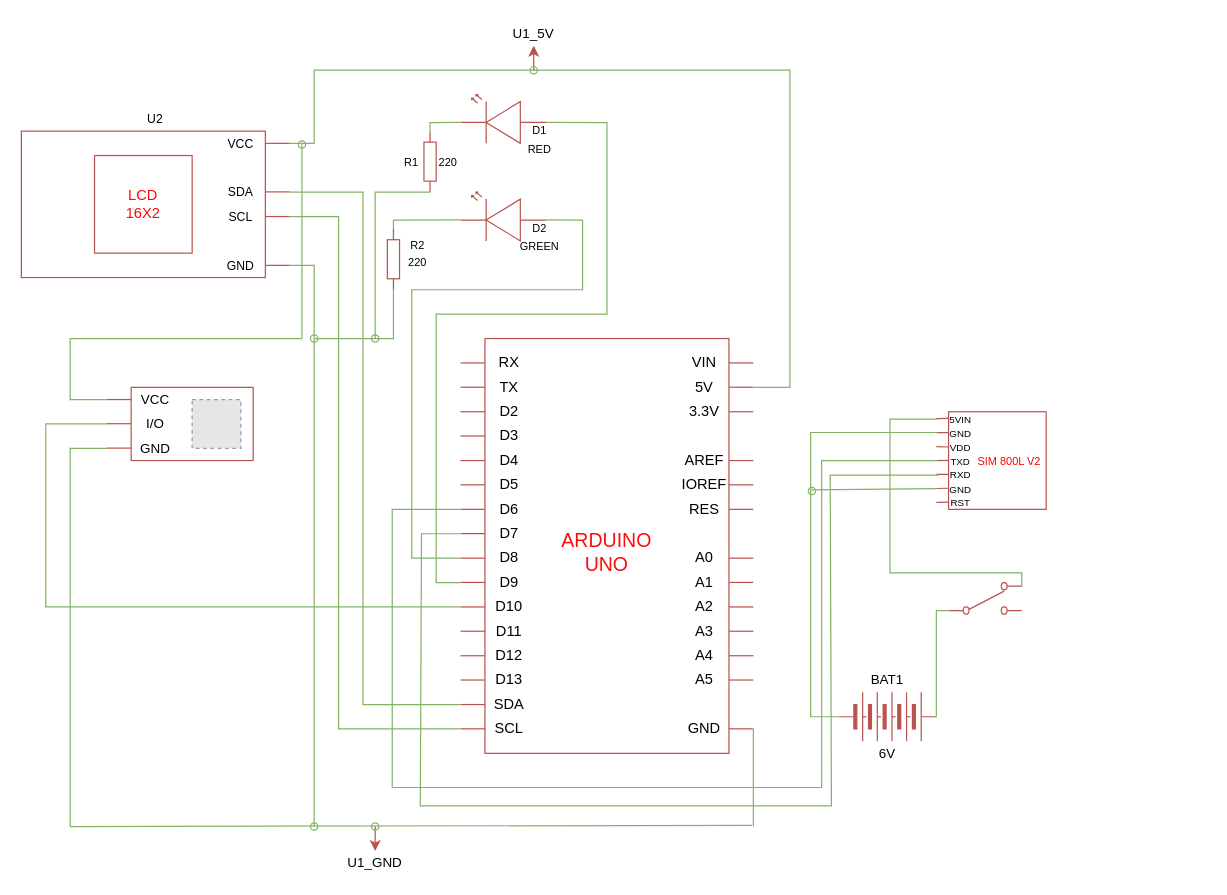
Earlier version of the draw.io diagram DrawIO/Schematic Diagram Des Opt 2 and 3.drawio (russellcaragay/PD-Files). Source tidied: cells renumbered, new cells numbered last; positions are measured from the earlier drawing's top-left corner, leaving out a move shared by most shapes. Both pictures are drawn from the tidied source at 122%, with x=0, y=0 at pixel (21, 21). Pictures stored in the file or linked from it are replaced by grey dashed boxes.
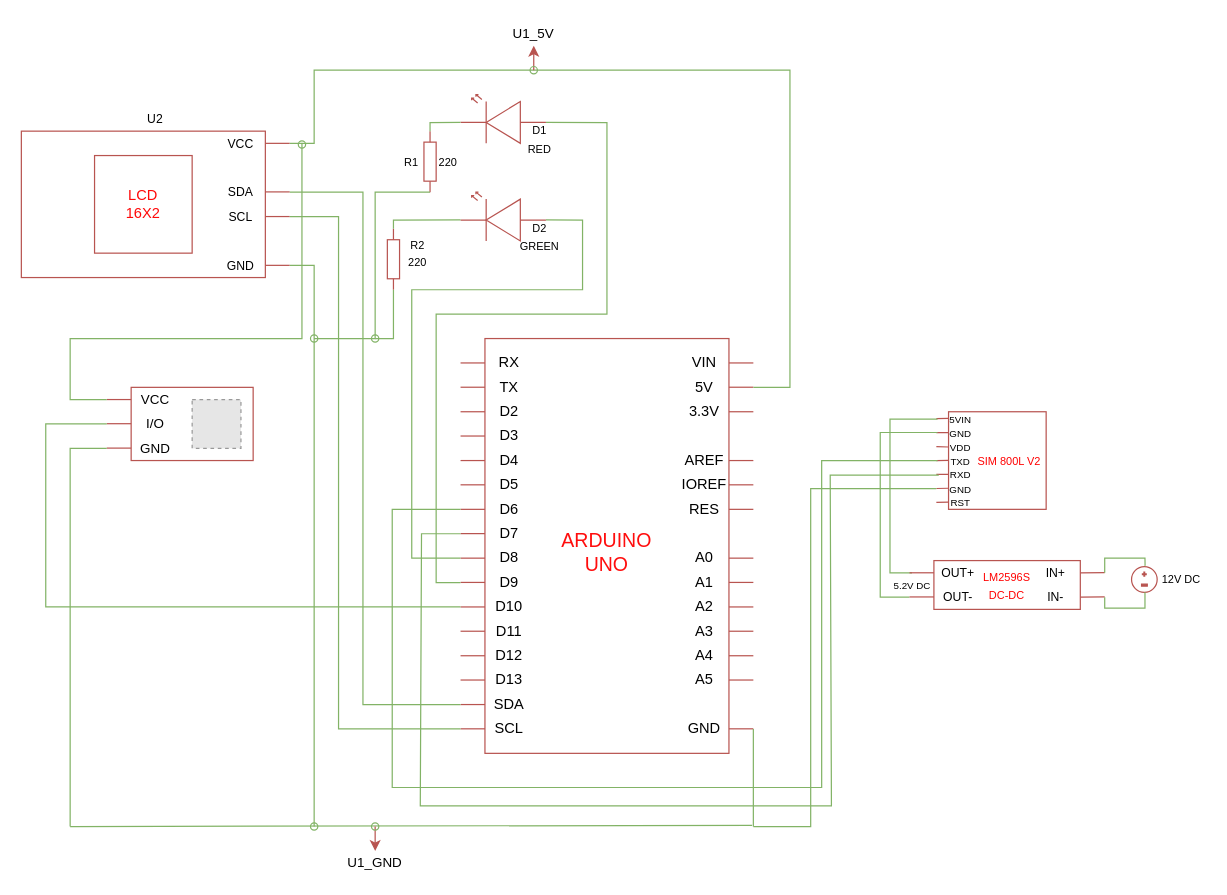
The same diagram, later.

What changed in the source:
```diff
@@
+    <mxCell id="148" style="rounded=0;whiteSpace=wrap;html=1;strokeColor=#b85450;fillColor=none;" parent="1" vertex="1">
+      <mxGeometry x="748" y="442" width="120" height="40" as="geometry" />
+    </mxCell>
@@
-    <mxCell id="89" style="group;rotation=0;" parent="1" vertex="1">
-      <mxGeometry x="670" y="530" width="80" height="80" as="geometry" />
-    </mxCell>
-    <mxCell id="90" style="verticalLabelPosition=bottom;shadow=0;dashed=0;align=center;html=1;verticalAlign=top;shape=mxgraph.electrical.miscellaneous.batteryStack;fillColor=#f8cecc;fontSize=11;strokeColor=#b85450;rotation=0;" parent="89" vertex="1">
-      <mxGeometry y="20" width="80" height="40" as="geometry" />
-    </mxCell>
-    <mxCell id="91" value="BAT1" style="text;html=1;strokeColor=none;fillColor=none;align=center;verticalAlign=middle;whiteSpace=wrap;rounded=0;fontSize=11;rotation=0;" parent="89" vertex="1">
-      <mxGeometry x="20" width="40" height="20" as="geometry" />
-    </mxCell>
-    <mxCell id="92" value="6V" style="text;html=1;strokeColor=none;fillColor=none;align=center;verticalAlign=middle;whiteSpace=wrap;rounded=0;fontSize=11;rotation=0;" parent="89" vertex="1">
-      <mxGeometry x="20" y="60" width="40" height="20" as="geometry" />
-    </mxCell>
-    <mxCell id="93" style="verticalLabelPosition=bottom;shadow=0;dashed=0;align=center;html=1;verticalAlign=top;shape=mxgraph.electrical.electro-mechanical.2-way_switch;fontSize=11;strokeColor=#b85450;fillColor=none;" parent="1" vertex="1">
-      <mxGeometry x="760" y="460" width="60" height="26" as="geometry" />
-    </mxCell>
@@
-    <mxCell id="135" style="endArrow=none;html=1;fontSize=11;exitX=0;exitY=0.5;exitDx=0;exitDy=0;rounded=0;fillColor=#d5e8d4;strokeColor=#82b366;" parent="1" edge="1" source="90">
+    <mxCell id="135" style="endArrow=none;html=1;fontSize=11;rounded=0;fillColor=#d5e8d4;strokeColor=#82b366;" parent="1" edge="1">
       <mxGeometry relative="1" as="geometry">
+        <mxPoint x="600" y="660" as="sourcePoint" />
         <mxPoint x="750" y="383" as="targetPoint" />
         <Array as="points">
-          <mxPoint x="647" y="570" />
-          <mxPoint x="647" y="384" />
+          <mxPoint x="647" y="660" />
+          <mxPoint x="647" y="383" />
         </Array>
       </mxGeometry>
     </mxCell>
     <mxCell id="136" style="endArrow=none;html=1;fontSize=11;rounded=0;fillColor=#d5e8d4;strokeColor=#82b366;" parent="1" edge="1">
       <mxGeometry relative="1" as="geometry">
-        <mxPoint x="647" y="384" as="sourcePoint" />
+        <mxPoint x="728" y="472" as="sourcePoint" />
         <mxPoint x="751" y="337" as="targetPoint" />
         <Array as="points">
-          <mxPoint x="647" y="337" />
+          <mxPoint x="704" y="472" />
+          <mxPoint x="704" y="337" />
         </Array>
       </mxGeometry>
     </mxCell>
-    <mxCell id="137" style="ellipse;whiteSpace=wrap;html=1;fontSize=11;align=center;strokeColor=#82b366;fillColor=none;" parent="1" vertex="1">
-      <mxGeometry x="645" y="382" width="6" height="6" as="geometry" />
-    </mxCell>
-    <mxCell id="138" style="endArrow=none;html=1;fontSize=11;entryX=0;entryY=0.885;entryDx=0;entryDy=0;entryPerimeter=0;exitX=1;exitY=0.5;exitDx=0;exitDy=0;rounded=0;fillColor=#d5e8d4;strokeColor=#82b366;" parent="1" edge="1" source="90" target="93">
-      <mxGeometry relative="1" as="geometry">
-        <Array as="points">
-          <mxPoint x="750" y="483" />
-        </Array>
-      </mxGeometry>
-    </mxCell>
     <mxCell id="139" style="endArrow=none;html=1;fontSize=11;rounded=0;fillColor=#d5e8d4;strokeColor=#82b366;" parent="1" edge="1">
       <mxGeometry relative="1" as="geometry">
-        <mxPoint x="820" y="463" as="sourcePoint" />
+        <mxPoint x="712" y="452" as="sourcePoint" />
         <mxPoint x="751" y="326" as="targetPoint" />
         <Array as="points">
-          <mxPoint x="820" y="452" />
+          <mxPoint x="730" y="452" />
           <mxPoint x="712" y="452" />
           <mxPoint x="712" y="326" />
         </Array>
       </mxGeometry>
     </mxCell>
@@
+    <mxCell id="149" value="&lt;font style=&quot;font-size: 10px&quot;&gt;OUT+&lt;/font&gt;" style="text;html=1;strokeColor=none;fillColor=none;align=center;verticalAlign=middle;whiteSpace=wrap;rounded=0;" parent="1" vertex="1">
+      <mxGeometry x="748" y="442" width="40" height="20" as="geometry" />
+    </mxCell>
+    <mxCell id="150" value="&lt;font style=&quot;font-size: 10px&quot;&gt;OUT-&lt;/font&gt;" style="text;html=1;strokeColor=none;fillColor=none;align=center;verticalAlign=middle;whiteSpace=wrap;rounded=0;" parent="1" vertex="1">
+      <mxGeometry x="748" y="462" width="40" height="20" as="geometry" />
+    </mxCell>
+    <mxCell id="151" value="&lt;font style=&quot;font-size: 10px&quot;&gt;IN+&lt;/font&gt;" style="text;html=1;strokeColor=none;fillColor=none;align=center;verticalAlign=middle;whiteSpace=wrap;rounded=0;" parent="1" vertex="1">
+      <mxGeometry x="828" y="442" width="40" height="20" as="geometry" />
+    </mxCell>
+    <mxCell id="152" value="&lt;font style=&quot;font-size: 10px&quot;&gt;IN-&lt;/font&gt;" style="text;html=1;strokeColor=none;fillColor=none;align=center;verticalAlign=middle;whiteSpace=wrap;rounded=0;" parent="1" vertex="1">
+      <mxGeometry x="828" y="462" width="40" height="20" as="geometry" />
+    </mxCell>
+    <mxCell id="153" style="endArrow=none;html=1;entryX=0;entryY=0.5;entryDx=0;entryDy=0;fillColor=#f8cecc;strokeColor=#b85450;" parent="1" edge="1" target="149">
+      <mxGeometry relative="1" as="geometry">
+        <mxPoint x="728" y="452" as="sourcePoint" />
+      </mxGeometry>
+    </mxCell>
+    <mxCell id="154" style="endArrow=none;html=1;entryX=0;entryY=0.5;entryDx=0;entryDy=0;fillColor=#f8cecc;strokeColor=#b85450;" parent="1" edge="1">
+      <mxGeometry relative="1" as="geometry">
+        <mxPoint x="728" y="471.8" as="sourcePoint" />
+        <mxPoint x="748" y="471.8" as="targetPoint" />
+      </mxGeometry>
+    </mxCell>
+    <mxCell id="155" style="endArrow=none;html=1;entryX=0;entryY=0.5;entryDx=0;entryDy=0;fillColor=#f8cecc;strokeColor=#b85450;exitX=1;exitY=0.5;exitDx=0;exitDy=0;" parent="1" edge="1" source="151">
+      <mxGeometry relative="1" as="geometry">
+        <mxPoint x="888" y="451.8" as="targetPoint" />
+      </mxGeometry>
+    </mxCell>
+    <mxCell id="156" style="endArrow=none;html=1;entryX=0;entryY=0.5;entryDx=0;entryDy=0;fillColor=#f8cecc;strokeColor=#b85450;exitX=1;exitY=0.5;exitDx=0;exitDy=0;" parent="1" edge="1">
+      <mxGeometry relative="1" as="geometry">
+        <mxPoint x="868" y="472" as="sourcePoint" />
+        <mxPoint x="888" y="471.8" as="targetPoint" />
+      </mxGeometry>
+    </mxCell>
+    <mxCell id="157" value="&lt;font color=&quot;#ff0000&quot; style=&quot;font-size: 9px&quot;&gt;LM2596S&lt;br&gt;DC-DC&lt;br&gt;&lt;/font&gt;" style="text;html=1;strokeColor=none;fillColor=none;align=center;verticalAlign=middle;whiteSpace=wrap;rounded=0;" parent="1" vertex="1">
+      <mxGeometry x="788" y="442" width="40" height="40" as="geometry" />
+    </mxCell>
+    <mxCell id="158" style="group;" parent="1" vertex="1">
+      <mxGeometry x="910" y="447" width="21" height="22" as="geometry" />
+    </mxCell>
+    <mxCell id="159" style="ellipse;whiteSpace=wrap;html=1;strokeColor=#b85450;fillColor=none;" parent="158" vertex="1">
+      <mxGeometry width="21" height="21" as="geometry" />
+    </mxCell>
+    <mxCell id="160" style="shape=cross;whiteSpace=wrap;html=1;strokeColor=#b85450;fillColor=none;" parent="158" vertex="1">
+      <mxGeometry x="8.9" y="4.5" width="3.1" height="3.3" as="geometry" />
+    </mxCell>
+    <mxCell id="161" style="verticalLabelPosition=bottom;verticalAlign=top;html=1;shape=mxgraph.basic.rect;fillColor2=none;strokeWidth=1;size=20;indent=5;strokeColor=#b85450;fillColor=#B85450;" parent="158" vertex="1">
+      <mxGeometry x="8.2" y="14.3" width="4.7" height="1.6" as="geometry" />
+    </mxCell>
+    <mxCell id="162" style="endArrow=none;html=1;fillColor=#d5e8d4;strokeColor=#82b366;rounded=0;exitX=0.528;exitY=-0.032;exitDx=0;exitDy=0;exitPerimeter=0;" parent="1" edge="1" source="159">
+      <mxGeometry relative="1" as="geometry">
+        <mxPoint x="888" y="452" as="targetPoint" />
+        <Array as="points">
+          <mxPoint x="921" y="440" />
+          <mxPoint x="888" y="440" />
+        </Array>
+      </mxGeometry>
+    </mxCell>
+    <mxCell id="163" style="endArrow=none;html=1;fillColor=#d5e8d4;strokeColor=#82b366;rounded=0;entryX=0.524;entryY=1.002;entryDx=0;entryDy=0;entryPerimeter=0;" parent="1" edge="1" target="159">
+      <mxGeometry relative="1" as="geometry">
+        <mxPoint x="888" y="472" as="sourcePoint" />
+        <Array as="points">
+          <mxPoint x="888" y="481" />
+          <mxPoint x="921" y="481" />
+        </Array>
+      </mxGeometry>
+    </mxCell>
+    <mxCell id="164" value="&lt;font style=&quot;font-size: 9px&quot;&gt;12V DC&lt;/font&gt;" style="text;html=1;strokeColor=none;fillColor=none;align=center;verticalAlign=middle;whiteSpace=wrap;rounded=0;" parent="1" vertex="1">
+      <mxGeometry x="931" y="447" width="40" height="20" as="geometry" />
+    </mxCell>
+    <mxCell id="165" value="&lt;font style=&quot;font-size: 8px&quot;&gt;5.2V DC&lt;/font&gt;" style="text;html=1;strokeColor=none;fillColor=none;align=center;verticalAlign=middle;whiteSpace=wrap;rounded=0;" parent="1" vertex="1">
+      <mxGeometry x="713" y="452" width="35" height="20" as="geometry" />
+    </mxCell>
```
